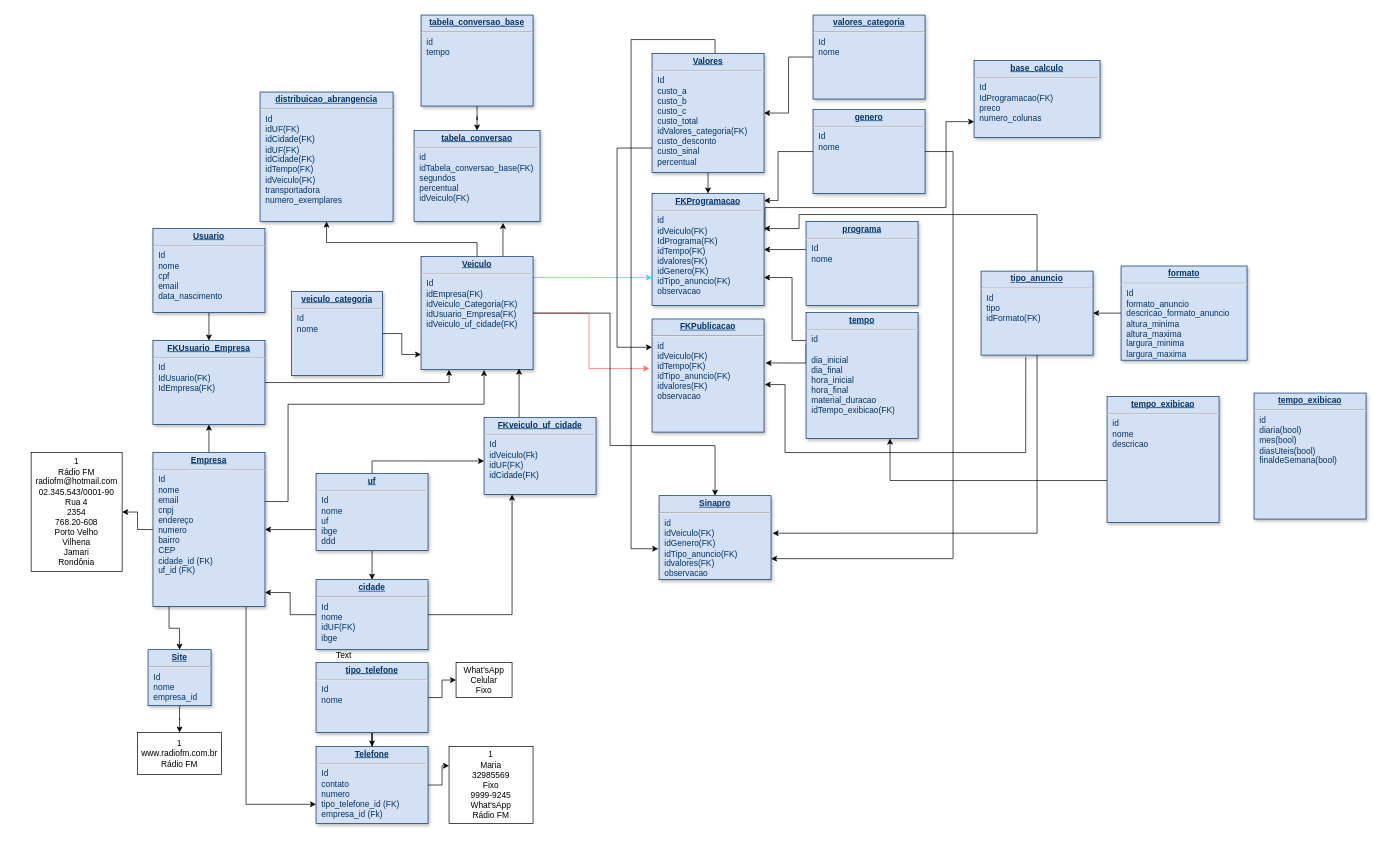
diogo-guimaraes/teste_git keeps this draw.io diagram as Diagrama atualizado.drawio. Above is the earlier version. Source tidied: cells renumbered, new cells numbered last; positions are measured from the earlier drawing's top-left corner, leaving out a move shared by most shapes. Both pictures are drawn from the tidied source at 70%, with x=0, y=0 at pixel (31, 15).
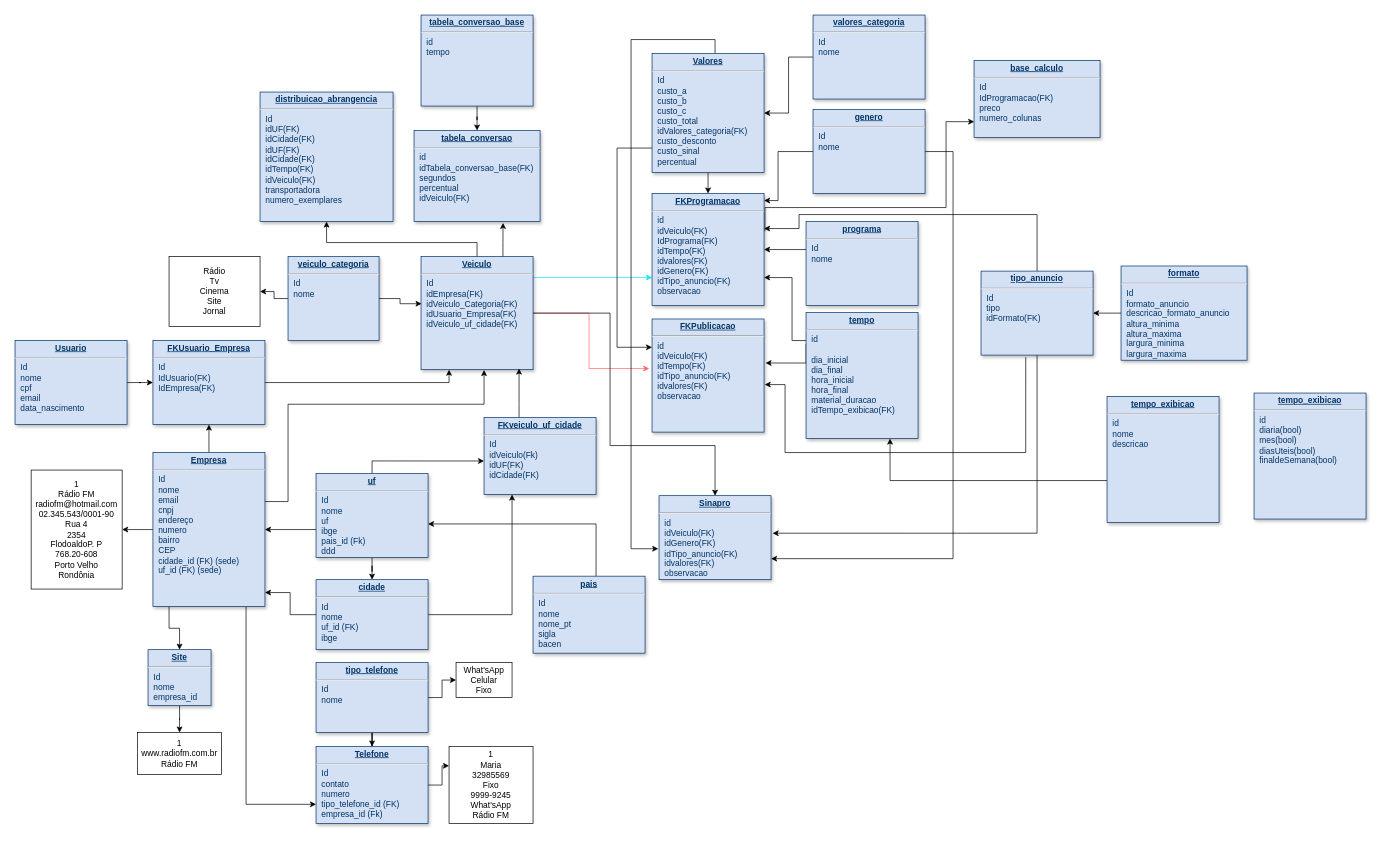
After the change.

The change refers to these unchanged cells:
```xml
<mxCell id="13" value="&lt;p style=&quot;margin: 0px ; margin-top: 4px ; text-align: center ; text-decoration: underline&quot;&gt;&lt;b&gt;Veiculo&lt;/b&gt;&lt;/p&gt;&lt;hr&gt;&lt;p style=&quot;margin: 0px ; margin-left: 8px&quot;&gt;Id&lt;/p&gt;&lt;p style=&quot;margin: 0px ; margin-left: 8px&quot;&gt;idEmpresa(FK)&lt;/p&gt;&lt;p style=&quot;margin: 0px ; margin-left: 8px&quot;&gt;idVeiculo_Categoria(FK)&lt;/p&gt;&lt;p style=&quot;margin: 0px ; margin-left: 8px&quot;&gt;idUsuario_Empresa(FK)&lt;/p&gt;&lt;p style=&quot;margin: 0px 0px 0px 8px&quot;&gt;idVeiculo_uf_cidade(FK)&lt;/p&gt;&lt;div&gt;&lt;br&gt;&lt;/div&gt;&lt;p style=&quot;margin: 0px ; margin-left: 8px&quot;&gt;&lt;br&gt;&lt;/p&gt;" style="verticalAlign=top;align=left;overflow=fill;fontSize=12;fontFamily=Helvetica;html=1;strokeColor=#003366;shadow=1;fillColor=#D4E1F5;fontColor=#003366;" parent="1" vertex="1">
  <mxGeometry x="557" y="345" width="160" height="161.6" as="geometry" />
</mxCell>
```

What changed in the source:
```diff
@@
     <mxCell id="3" value="&lt;p style=&quot;margin: 0px ; margin-top: 4px ; text-align: center ; text-decoration: underline&quot;&gt;&lt;b&gt;Usuario&lt;/b&gt;&lt;/p&gt;&lt;hr&gt;&lt;p style=&quot;margin: 0px ; margin-left: 8px&quot;&gt;Id&lt;/p&gt;&lt;p style=&quot;margin: 0px ; margin-left: 8px&quot;&gt;nome&lt;/p&gt;&lt;p style=&quot;margin: 0px ; margin-left: 8px&quot;&gt;cpf&lt;/p&gt;&lt;p style=&quot;margin: 0px ; margin-left: 8px&quot;&gt;email&lt;/p&gt;&lt;p style=&quot;margin: 0px ; margin-left: 8px&quot;&gt;data_nascimento&lt;/p&gt;" style="verticalAlign=top;align=left;overflow=fill;fontSize=12;fontFamily=Helvetica;html=1;strokeColor=#003366;shadow=1;fillColor=#D4E1F5;fontColor=#003366;" parent="1" vertex="1">
-      <mxGeometry x="174" y="305" width="160" height="120" as="geometry" />
+      <mxGeometry x="-23" y="465" width="160" height="120" as="geometry" />
     </mxCell>
@@
-    <mxCell id="6" style="edgeStyle=orthogonalEdgeStyle;rounded=0;jettySize=auto;html=1;entryX=0;entryY=0.866;entryDx=0;entryDy=0;entryPerimeter=0;" parent="1" edge="1" source="7" target="13">
+    <mxCell id="6" style="edgeStyle=orthogonalEdgeStyle;rounded=0;jettySize=auto;html=1;entryX=0.005;entryY=0.417;entryDx=0;entryDy=0;entryPerimeter=0;" parent="1" edge="1" source="7" target="13">
       <mxGeometry relative="1" as="geometry" />
     </mxCell>
+    <mxCell id="73" style="edgeStyle=orthogonalEdgeStyle;rounded=0;jettySize=auto;html=1;entryX=1;entryY=0.5;entryDx=0;entryDy=0;" parent="1" edge="1" source="7" target="74">
+      <mxGeometry relative="1" as="geometry" />
+    </mxCell>
     <mxCell id="7" value="&lt;p style=&quot;margin: 0px ; margin-top: 4px ; text-align: center ; text-decoration: underline&quot;&gt;&lt;b&gt;veiculo_categoria&lt;/b&gt;&lt;/p&gt;&lt;hr&gt;&lt;p style=&quot;margin: 0px ; margin-left: 8px&quot;&gt;Id&lt;/p&gt;&lt;p style=&quot;margin: 0px ; margin-left: 8px&quot;&gt;nome&lt;/p&gt;" style="verticalAlign=top;align=left;overflow=fill;fontSize=12;fontFamily=Helvetica;html=1;strokeColor=#003366;shadow=1;fillColor=#D4E1F5;fontColor=#003366;" parent="1" vertex="1">
-      <mxGeometry x="372" y="395" width="130" height="120" as="geometry" />
+      <mxGeometry x="367" y="345" width="130" height="120" as="geometry" />
     </mxCell>
@@
-    <mxCell id="19" value="&lt;p style=&quot;margin: 0px ; margin-top: 4px ; text-align: center ; text-decoration: underline&quot;&gt;&lt;b&gt;Empresa&lt;/b&gt;&lt;/p&gt;&lt;hr&gt;&lt;p style=&quot;margin: 0px ; margin-left: 8px&quot;&gt;Id&lt;/p&gt;&lt;p style=&quot;margin: 0px ; margin-left: 8px&quot;&gt;nome&lt;/p&gt;&lt;p style=&quot;margin: 0px ; margin-left: 8px&quot;&gt;email&lt;/p&gt;&lt;p style=&quot;margin: 0px ; margin-left: 8px&quot;&gt;&lt;span&gt;cnpj&lt;/span&gt;&lt;br&gt;&lt;/p&gt;&lt;p style=&quot;margin: 0px ; margin-left: 8px&quot;&gt;endereço&lt;/p&gt;&lt;p style=&quot;margin: 0px ; margin-left: 8px&quot;&gt;numero&lt;/p&gt;&lt;p style=&quot;margin: 0px ; margin-left: 8px&quot;&gt;bairro&lt;/p&gt;&lt;p style=&quot;margin: 0px ; margin-left: 8px&quot;&gt;&lt;span&gt;CEP&lt;/span&gt;&lt;br&gt;&lt;/p&gt;&lt;p style=&quot;margin: 0px ; margin-left: 8px&quot;&gt;cidade_id (FK)&lt;/p&gt;&lt;p style=&quot;margin: 0px ; margin-left: 8px&quot;&gt;&lt;span&gt;uf_id (FK)&lt;/span&gt;&lt;/p&gt;&lt;p style=&quot;margin: 0px ; margin-left: 8px&quot;&gt;&lt;br&gt;&lt;/p&gt;&lt;p style=&quot;margin: 0px ; margin-left: 8px&quot;&gt;&lt;br&gt;&lt;/p&gt;" style="verticalAlign=top;align=left;overflow=fill;fontSize=12;fontFamily=Helvetica;html=1;strokeColor=#003366;shadow=1;fillColor=#D4E1F5;fontColor=#003366;" parent="1" vertex="1">
+    <mxCell id="19" value="&lt;p style=&quot;margin: 0px ; margin-top: 4px ; text-align: center ; text-decoration: underline&quot;&gt;&lt;b&gt;Empresa&lt;/b&gt;&lt;/p&gt;&lt;hr&gt;&lt;p style=&quot;margin: 0px ; margin-left: 8px&quot;&gt;Id&lt;/p&gt;&lt;p style=&quot;margin: 0px ; margin-left: 8px&quot;&gt;nome&lt;/p&gt;&lt;p style=&quot;margin: 0px ; margin-left: 8px&quot;&gt;email&lt;/p&gt;&lt;p style=&quot;margin: 0px ; margin-left: 8px&quot;&gt;&lt;span&gt;cnpj&lt;/span&gt;&lt;br&gt;&lt;/p&gt;&lt;p style=&quot;margin: 0px ; margin-left: 8px&quot;&gt;endereço&lt;/p&gt;&lt;p style=&quot;margin: 0px ; margin-left: 8px&quot;&gt;numero&lt;/p&gt;&lt;p style=&quot;margin: 0px ; margin-left: 8px&quot;&gt;bairro&lt;/p&gt;&lt;p style=&quot;margin: 0px ; margin-left: 8px&quot;&gt;&lt;span&gt;CEP&lt;/span&gt;&lt;br&gt;&lt;/p&gt;&lt;p style=&quot;margin: 0px ; margin-left: 8px&quot;&gt;cidade_id (FK) (sede)&lt;/p&gt;&lt;p style=&quot;margin: 0px ; margin-left: 8px&quot;&gt;&lt;span&gt;uf_id (FK) (sede)&lt;/span&gt;&lt;/p&gt;&lt;p style=&quot;margin: 0px ; margin-left: 8px&quot;&gt;&lt;br&gt;&lt;/p&gt;" style="verticalAlign=top;align=left;overflow=fill;fontSize=12;fontFamily=Helvetica;html=1;strokeColor=#003366;shadow=1;fillColor=#D4E1F5;fontColor=#003366;" parent="1" vertex="1">
       <mxGeometry x="174" y="625" width="160" height="220" as="geometry" />
     </mxCell>
@@
-    <mxCell id="22" value="&lt;p style=&quot;margin: 0px ; margin-top: 4px ; text-align: center ; text-decoration: underline&quot;&gt;&lt;b&gt;cidade&lt;/b&gt;&lt;/p&gt;&lt;hr&gt;&lt;p style=&quot;margin: 0px ; margin-left: 8px&quot;&gt;Id&lt;/p&gt;&lt;p style=&quot;margin: 0px ; margin-left: 8px&quot;&gt;nome&lt;/p&gt;&lt;p style=&quot;margin: 0px ; margin-left: 8px&quot;&gt;idUF(FK)&lt;/p&gt;&lt;p style=&quot;margin: 0px ; margin-left: 8px&quot;&gt;ibge&lt;/p&gt;&lt;p style=&quot;margin: 0px ; margin-left: 8px&quot;&gt;&lt;br&gt;&lt;/p&gt;" style="verticalAlign=top;align=left;overflow=fill;fontSize=12;fontFamily=Helvetica;html=1;strokeColor=#003366;shadow=1;fillColor=#D4E1F5;fontColor=#003366;" parent="1" vertex="1">
+    <mxCell id="22" value="&lt;p style=&quot;margin: 0px ; margin-top: 4px ; text-align: center ; text-decoration: underline&quot;&gt;&lt;b&gt;cidade&lt;/b&gt;&lt;/p&gt;&lt;hr&gt;&lt;p style=&quot;margin: 0px ; margin-left: 8px&quot;&gt;Id&lt;/p&gt;&lt;p style=&quot;margin: 0px ; margin-left: 8px&quot;&gt;nome&lt;/p&gt;&lt;p style=&quot;margin: 0px ; margin-left: 8px&quot;&gt;uf_id (FK)&lt;/p&gt;&lt;p style=&quot;margin: 0px ; margin-left: 8px&quot;&gt;ibge&lt;/p&gt;&lt;p style=&quot;margin: 0px ; margin-left: 8px&quot;&gt;&lt;br&gt;&lt;/p&gt;" style="verticalAlign=top;align=left;overflow=fill;fontSize=12;fontFamily=Helvetica;html=1;strokeColor=#003366;shadow=1;fillColor=#D4E1F5;fontColor=#003366;" parent="1" vertex="1">
       <mxGeometry x="407" y="806.6" width="160" height="100" as="geometry" />
     </mxCell>
@@
-    <mxCell id="26" value="&lt;p style=&quot;margin: 0px ; margin-top: 4px ; text-align: center ; text-decoration: underline&quot;&gt;&lt;b&gt;uf&lt;/b&gt;&lt;/p&gt;&lt;hr&gt;&lt;p style=&quot;margin: 0px ; margin-left: 8px&quot;&gt;Id&lt;/p&gt;&lt;p style=&quot;margin: 0px ; margin-left: 8px&quot;&gt;nome&lt;/p&gt;&lt;p style=&quot;margin: 0px ; margin-left: 8px&quot;&gt;uf&lt;/p&gt;&lt;p style=&quot;margin: 0px ; margin-left: 8px&quot;&gt;ibge&lt;/p&gt;&lt;p style=&quot;margin: 0px ; margin-left: 8px&quot;&gt;&lt;span&gt;ddd&lt;/span&gt;&lt;br&gt;&lt;/p&gt;" style="verticalAlign=top;align=left;overflow=fill;fontSize=12;fontFamily=Helvetica;html=1;strokeColor=#003366;shadow=1;fillColor=#D4E1F5;fontColor=#003366;" parent="1" vertex="1">
-      <mxGeometry x="407" y="655" width="160" height="110" as="geometry" />
+    <mxCell id="26" value="&lt;p style=&quot;margin: 0px ; margin-top: 4px ; text-align: center ; text-decoration: underline&quot;&gt;&lt;b&gt;uf&lt;/b&gt;&lt;/p&gt;&lt;hr&gt;&lt;p style=&quot;margin: 0px ; margin-left: 8px&quot;&gt;Id&lt;/p&gt;&lt;p style=&quot;margin: 0px ; margin-left: 8px&quot;&gt;nome&lt;/p&gt;&lt;p style=&quot;margin: 0px ; margin-left: 8px&quot;&gt;uf&lt;/p&gt;&lt;p style=&quot;margin: 0px ; margin-left: 8px&quot;&gt;ibge&lt;/p&gt;&lt;p style=&quot;margin: 0px ; margin-left: 8px&quot;&gt;pais_id (Fk)&lt;br&gt;&lt;/p&gt;&lt;p style=&quot;margin: 0px ; margin-left: 8px&quot;&gt;&lt;span&gt;ddd&lt;/span&gt;&lt;br&gt;&lt;/p&gt;&lt;p style=&quot;margin: 0px ; margin-left: 8px&quot;&gt;&lt;br&gt;&lt;/p&gt;" style="verticalAlign=top;align=left;overflow=fill;fontSize=12;fontFamily=Helvetica;html=1;strokeColor=#003366;shadow=1;fillColor=#D4E1F5;fontColor=#003366;" parent="1" vertex="1">
+      <mxGeometry x="407" y="655" width="160" height="120" as="geometry" />
     </mxCell>
@@
-    <mxCell id="68" value="Text" style="text;html=1;strokeColor=none;fillColor=none;align=center;verticalAlign=middle;whiteSpace=wrap;rounded=0;" parent="1" vertex="1">
-      <mxGeometry x="427" y="905" width="40" height="20" as="geometry" />
-    </mxCell>
@@
-    <mxCell id="72" value="1&lt;br&gt;Rádio FM&lt;br&gt;radiofm@hotmail.com&lt;br&gt;02.345.543/0001-90&lt;br&gt;Rua 4&lt;br&gt;2354&lt;br&gt;768.20-608&lt;br&gt;Porto Velho&lt;br&gt;Vilhena&lt;br&gt;Jamari&lt;br&gt;Rondônia&lt;br&gt;" style="text;html=1;align=center;verticalAlign=middle;whiteSpace=wrap;rounded=0;strokeColor=#000000;" parent="1" vertex="1">
-      <mxGeometry y="625" width="130" height="170" as="geometry" />
+    <mxCell id="72" value="1&lt;br&gt;Rádio FM&lt;br&gt;radiofm@hotmail.com&lt;br&gt;02.345.543/0001-90&lt;br&gt;Rua 4&lt;br&gt;2354&lt;br&gt;FlodoaldoP. P&lt;br&gt;768.20-608&lt;br&gt;Porto Velho&lt;br&gt;Rondônia" style="text;html=1;align=center;verticalAlign=middle;whiteSpace=wrap;rounded=0;strokeColor=#000000;" parent="1" vertex="1">
+      <mxGeometry y="650" width="130" height="170" as="geometry" />
     </mxCell>
+    <mxCell id="74" value="Rádio&lt;br&gt;Tv&lt;br&gt;Cinema&lt;br&gt;Site&lt;br&gt;Jornal" style="text;html=1;align=center;verticalAlign=middle;whiteSpace=wrap;rounded=0;strokeColor=#000000;" parent="1" vertex="1">
+      <mxGeometry x="197" y="345" width="130" height="100" as="geometry" />
+    </mxCell>
+    <mxCell id="75" style="edgeStyle=orthogonalEdgeStyle;rounded=0;jettySize=auto;html=1;" parent="1" edge="1" source="76" target="26">
+      <mxGeometry relative="1" as="geometry">
+        <Array as="points">
+          <mxPoint x="807" y="727" />
+        </Array>
+      </mxGeometry>
+    </mxCell>
+    <mxCell id="76" value="&lt;p style=&quot;margin: 0px ; margin-top: 4px ; text-align: center ; text-decoration: underline&quot;&gt;&lt;b&gt;pais&lt;/b&gt;&lt;/p&gt;&lt;hr&gt;&lt;p style=&quot;margin: 0px ; margin-left: 8px&quot;&gt;Id&lt;/p&gt;&lt;p style=&quot;margin: 0px ; margin-left: 8px&quot;&gt;nome&lt;/p&gt;&lt;p style=&quot;margin: 0px ; margin-left: 8px&quot;&gt;nome_pt&lt;/p&gt;&lt;p style=&quot;margin: 0px ; margin-left: 8px&quot;&gt;sigla&lt;/p&gt;&lt;p style=&quot;margin: 0px ; margin-left: 8px&quot;&gt;bacen&lt;/p&gt;" style="verticalAlign=top;align=left;overflow=fill;fontSize=12;fontFamily=Helvetica;html=1;strokeColor=#003366;shadow=1;fillColor=#D4E1F5;fontColor=#003366;" parent="1" vertex="1">
+      <mxGeometry x="717" y="801.6" width="160" height="110" as="geometry" />
+    </mxCell>
```
